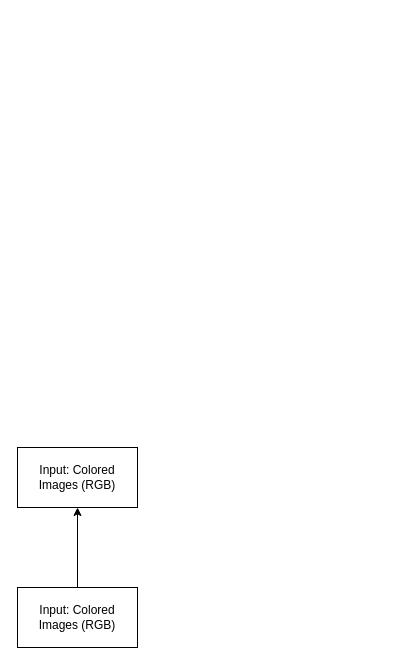
Above: Untitled Diagram.drawio in yahuy1/CSE432 (draw.io), before the change. Source tidied: cells renumbered, new cells numbered last; positions are measured from the earlier drawing's top-left corner, leaving out a move shared by most shapes. Both pictures are drawn from the tidied source at 100%, with x=0, y=0 at pixel (17, 447).
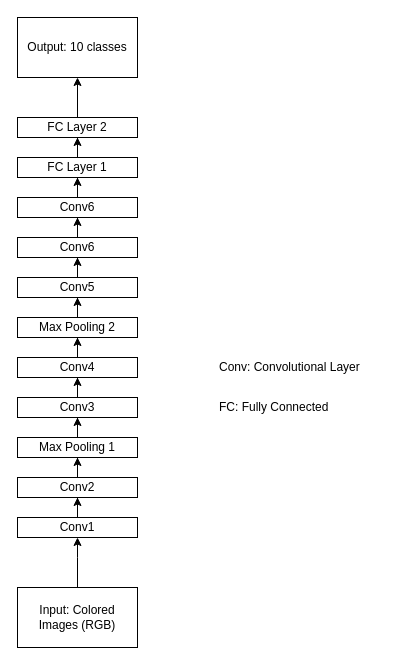
The same diagram, later.

The change refers to these unchanged cells:
```xml
<mxCell id="3" value="Input: Colored Images (RGB)" style="rounded=0;whiteSpace=wrap;html=1;" parent="1" vertex="1">
  <mxGeometry y="140" width="120" height="60" as="geometry" />
</mxCell>
```

Diff of the diagram source:
```diff
@@
-    <mxCell id="2" style="edgeStyle=orthogonalEdgeStyle;rounded=0;jettySize=auto;html=1;" parent="1" edge="1" source="3" target="4">
-      <mxGeometry relative="1" as="geometry" />
+    <mxCell id="2" style="edgeStyle=orthogonalEdgeStyle;rounded=0;jettySize=auto;html=1;" parent="1" edge="1" source="3">
+      <mxGeometry relative="1" as="geometry">
+        <mxPoint x="60" y="90" as="targetPoint" />
+        <Array as="points">
+          <mxPoint x="60" y="110" />
+          <mxPoint x="60" y="110" />
+        </Array>
+      </mxGeometry>
     </mxCell>
@@
+    <mxCell id="5" style="edgeStyle=orthogonalEdgeStyle;rounded=0;jettySize=auto;html=1;" parent="1" edge="1" source="4" target="7">
+      <mxGeometry relative="1" as="geometry" />
+    </mxCell>
-    <mxCell id="4" value="Input: Colored Images (RGB)" style="rounded=0;whiteSpace=wrap;html=1;" parent="1" vertex="1">
-      <mxGeometry width="120" height="60" as="geometry" />
+    <mxCell id="4" value="Conv1" style="rounded=0;whiteSpace=wrap;html=1;" parent="1" vertex="1">
+      <mxGeometry y="70" width="120" height="20" as="geometry" />
     </mxCell>
+    <mxCell id="6" style="edgeStyle=orthogonalEdgeStyle;rounded=0;jettySize=auto;html=1;" parent="1" edge="1" source="7" target="9">
+      <mxGeometry relative="1" as="geometry" />
+    </mxCell>
+    <mxCell id="7" value="Conv2" style="rounded=0;whiteSpace=wrap;html=1;" parent="1" vertex="1">
+      <mxGeometry y="30" width="120" height="20" as="geometry" />
+    </mxCell>
+    <mxCell id="8" style="edgeStyle=orthogonalEdgeStyle;rounded=0;jettySize=auto;html=1;" parent="1" edge="1" source="9" target="11">
+      <mxGeometry relative="1" as="geometry" />
+    </mxCell>
+    <mxCell id="9" value="Max Pooling 1" style="rounded=0;whiteSpace=wrap;html=1;" parent="1" vertex="1">
+      <mxGeometry y="-10" width="120" height="20" as="geometry" />
+    </mxCell>
+    <mxCell id="10" style="edgeStyle=orthogonalEdgeStyle;rounded=0;jettySize=auto;html=1;" parent="1" edge="1" source="11" target="13">
+      <mxGeometry relative="1" as="geometry" />
+    </mxCell>
+    <mxCell id="11" value="Conv3" style="rounded=0;whiteSpace=wrap;html=1;" parent="1" vertex="1">
+      <mxGeometry y="-50" width="120" height="20" as="geometry" />
+    </mxCell>
+    <mxCell id="12" style="edgeStyle=orthogonalEdgeStyle;rounded=0;jettySize=auto;html=1;" parent="1" edge="1" source="13" target="15">
+      <mxGeometry relative="1" as="geometry" />
+    </mxCell>
+    <mxCell id="13" value="Conv4" style="rounded=0;whiteSpace=wrap;html=1;" parent="1" vertex="1">
+      <mxGeometry y="-90" width="120" height="20" as="geometry" />
+    </mxCell>
+    <mxCell id="14" style="edgeStyle=orthogonalEdgeStyle;rounded=0;jettySize=auto;html=1;" parent="1" edge="1" source="15" target="17">
+      <mxGeometry relative="1" as="geometry" />
+    </mxCell>
+    <mxCell id="15" value="Max Pooling 2" style="rounded=0;whiteSpace=wrap;html=1;" parent="1" vertex="1">
+      <mxGeometry y="-130" width="120" height="20" as="geometry" />
+    </mxCell>
+    <mxCell id="16" style="edgeStyle=orthogonalEdgeStyle;rounded=0;jettySize=auto;html=1;" parent="1" edge="1" source="17" target="19">
+      <mxGeometry relative="1" as="geometry" />
+    </mxCell>
+    <mxCell id="17" value="Conv5" style="rounded=0;whiteSpace=wrap;html=1;" parent="1" vertex="1">
+      <mxGeometry y="-170" width="120" height="20" as="geometry" />
+    </mxCell>
+    <mxCell id="18" style="edgeStyle=orthogonalEdgeStyle;rounded=0;jettySize=auto;html=1;" parent="1" edge="1" source="19" target="21">
+      <mxGeometry relative="1" as="geometry" />
+    </mxCell>
+    <mxCell id="19" value="Conv6" style="rounded=0;whiteSpace=wrap;html=1;" parent="1" vertex="1">
+      <mxGeometry y="-210" width="120" height="20" as="geometry" />
+    </mxCell>
+    <mxCell id="20" style="edgeStyle=orthogonalEdgeStyle;rounded=0;jettySize=auto;html=1;" parent="1" edge="1" source="21" target="23">
+      <mxGeometry relative="1" as="geometry" />
+    </mxCell>
+    <mxCell id="21" value="Conv6" style="rounded=0;whiteSpace=wrap;html=1;" parent="1" vertex="1">
+      <mxGeometry y="-250" width="120" height="20" as="geometry" />
+    </mxCell>
+    <mxCell id="22" style="edgeStyle=orthogonalEdgeStyle;rounded=0;jettySize=auto;html=1;" parent="1" edge="1" source="23" target="25">
+      <mxGeometry relative="1" as="geometry" />
+    </mxCell>
+    <mxCell id="23" value="FC Layer 1" style="rounded=0;whiteSpace=wrap;html=1;" parent="1" vertex="1">
+      <mxGeometry y="-290" width="120" height="20" as="geometry" />
+    </mxCell>
+    <mxCell id="24" style="edgeStyle=orthogonalEdgeStyle;rounded=0;jettySize=auto;html=1;" parent="1" edge="1" source="25" target="26">
+      <mxGeometry relative="1" as="geometry" />
+    </mxCell>
+    <mxCell id="25" value="FC Layer 2" style="rounded=0;whiteSpace=wrap;html=1;" parent="1" vertex="1">
+      <mxGeometry y="-330" width="120" height="20" as="geometry" />
+    </mxCell>
+    <mxCell id="26" value="Output: 10 classes" style="whiteSpace=wrap;html=1;rounded=0;" parent="1" vertex="1">
+      <mxGeometry y="-430" width="120" height="60" as="geometry" />
+    </mxCell>
+    <mxCell id="27" value="Conv: Convolutional Layer" style="text;html=1;align=left;verticalAlign=middle;strokeColor=none;fillColor=none;" parent="1" vertex="1">
+      <mxGeometry x="200" y="-90" width="160" height="20" as="geometry" />
+    </mxCell>
+    <mxCell id="28" value="&lt;div style=&quot;&quot;&gt;&lt;span style=&quot;background-color: initial;&quot;&gt;FC: Fully Connected&lt;/span&gt;&lt;/div&gt;" style="text;html=1;align=left;verticalAlign=middle;strokeColor=none;fillColor=none;" parent="1" vertex="1">
+      <mxGeometry x="200" y="-50" width="120" height="20" as="geometry" />
+    </mxCell>
```
